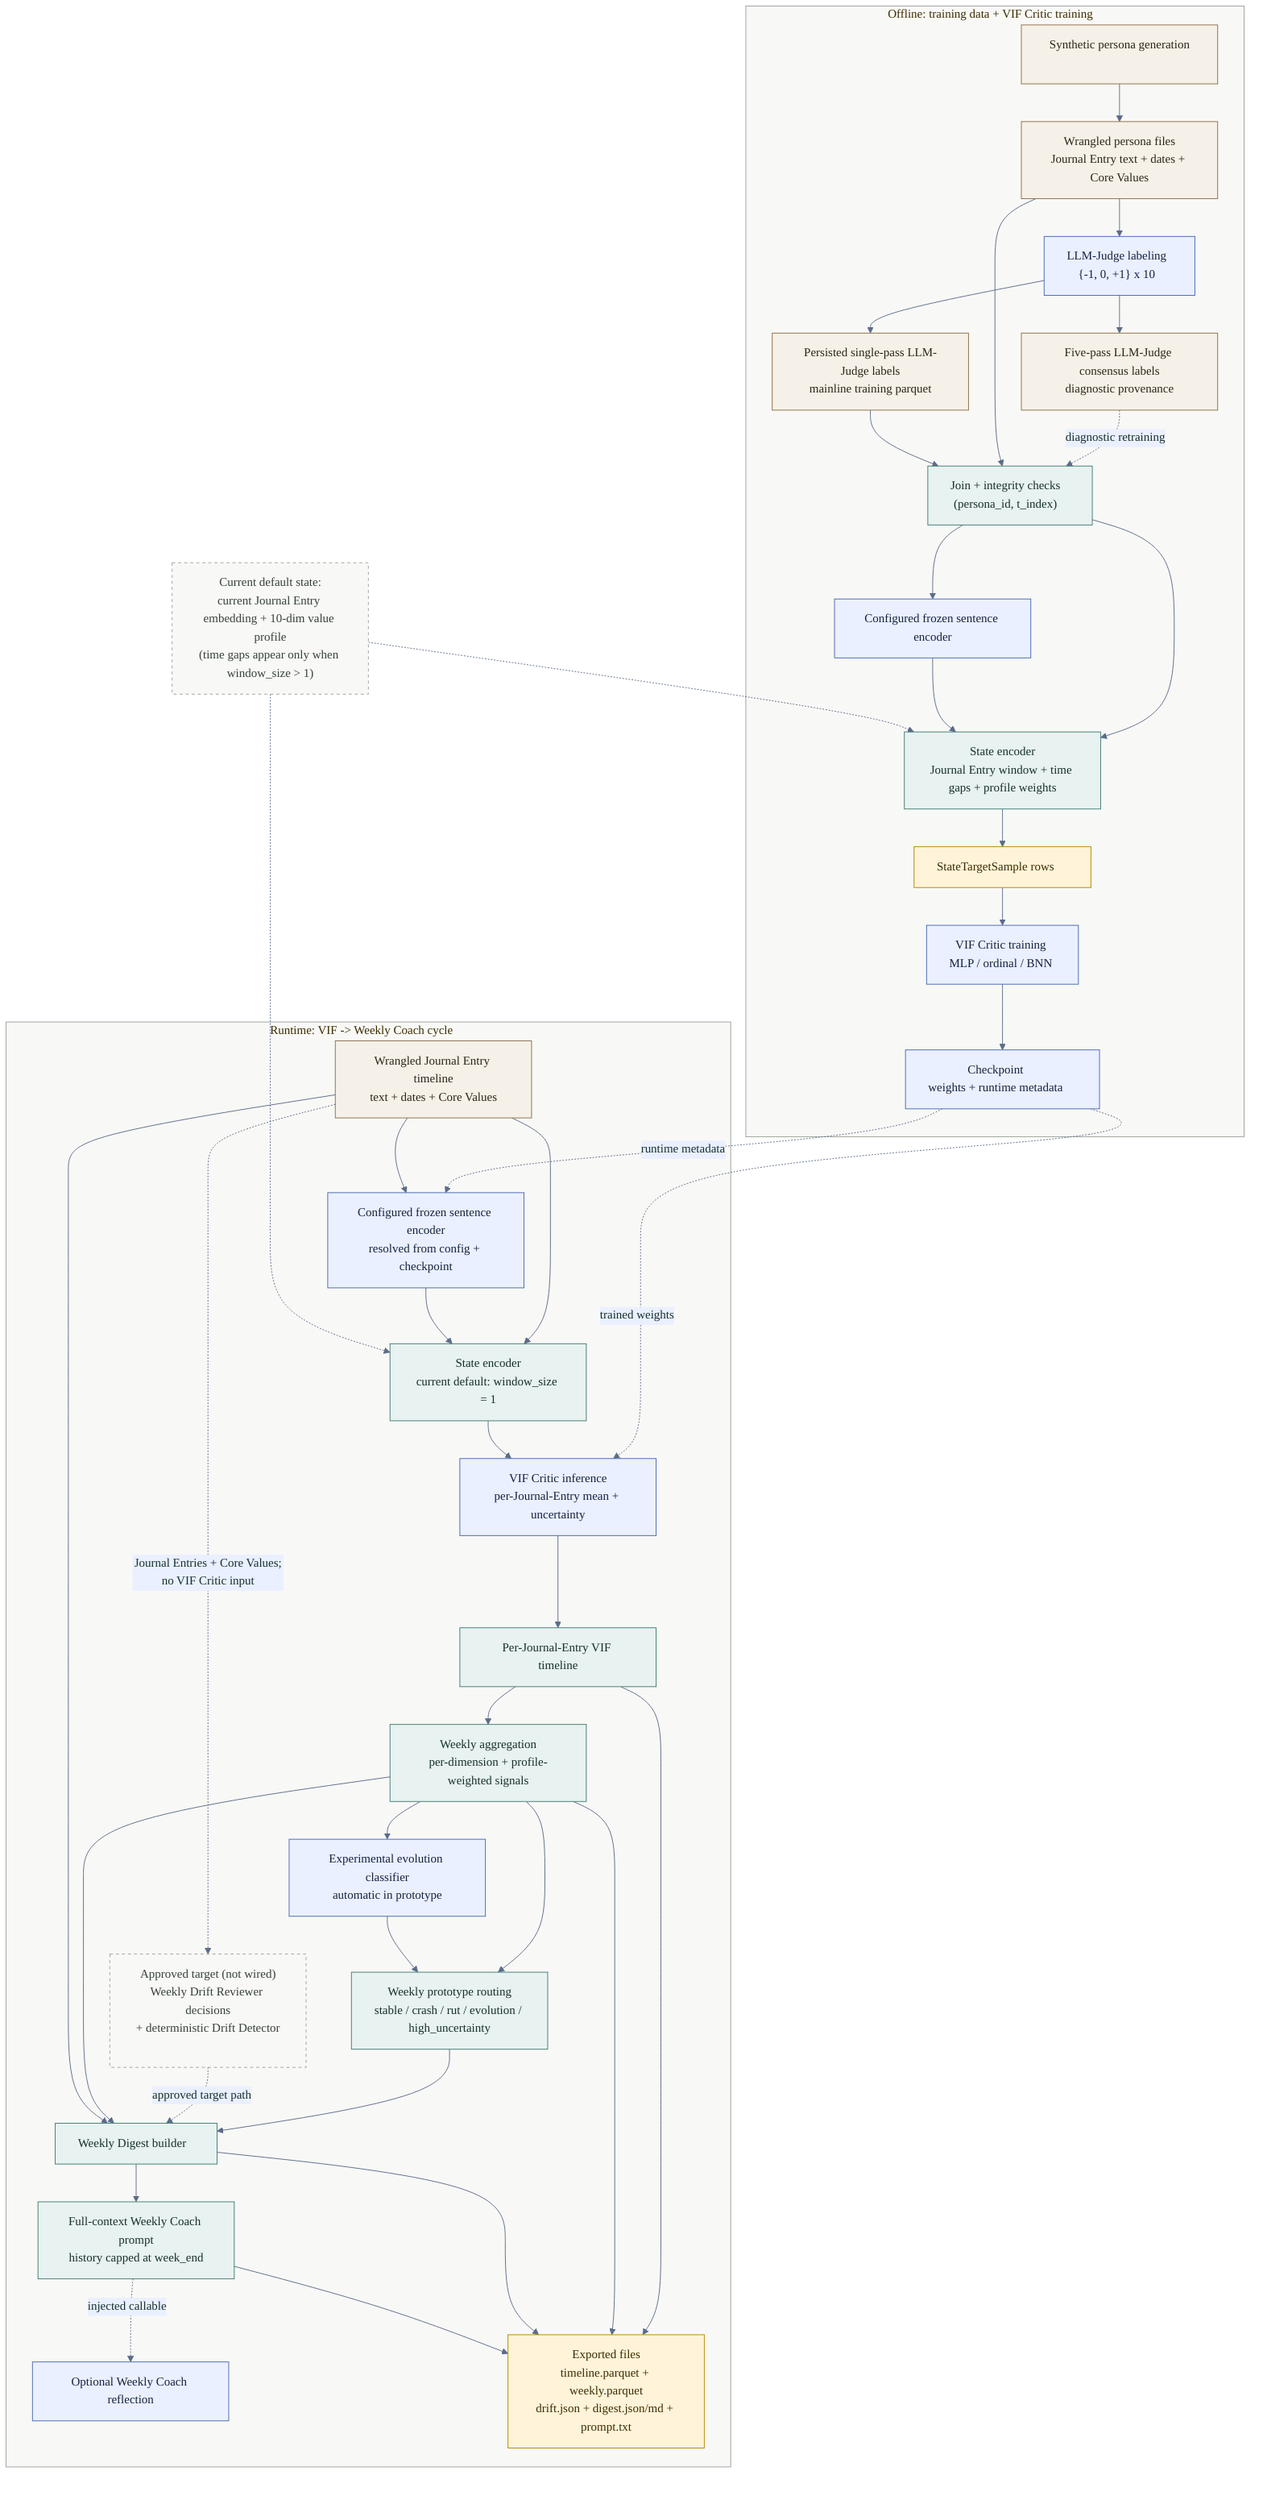
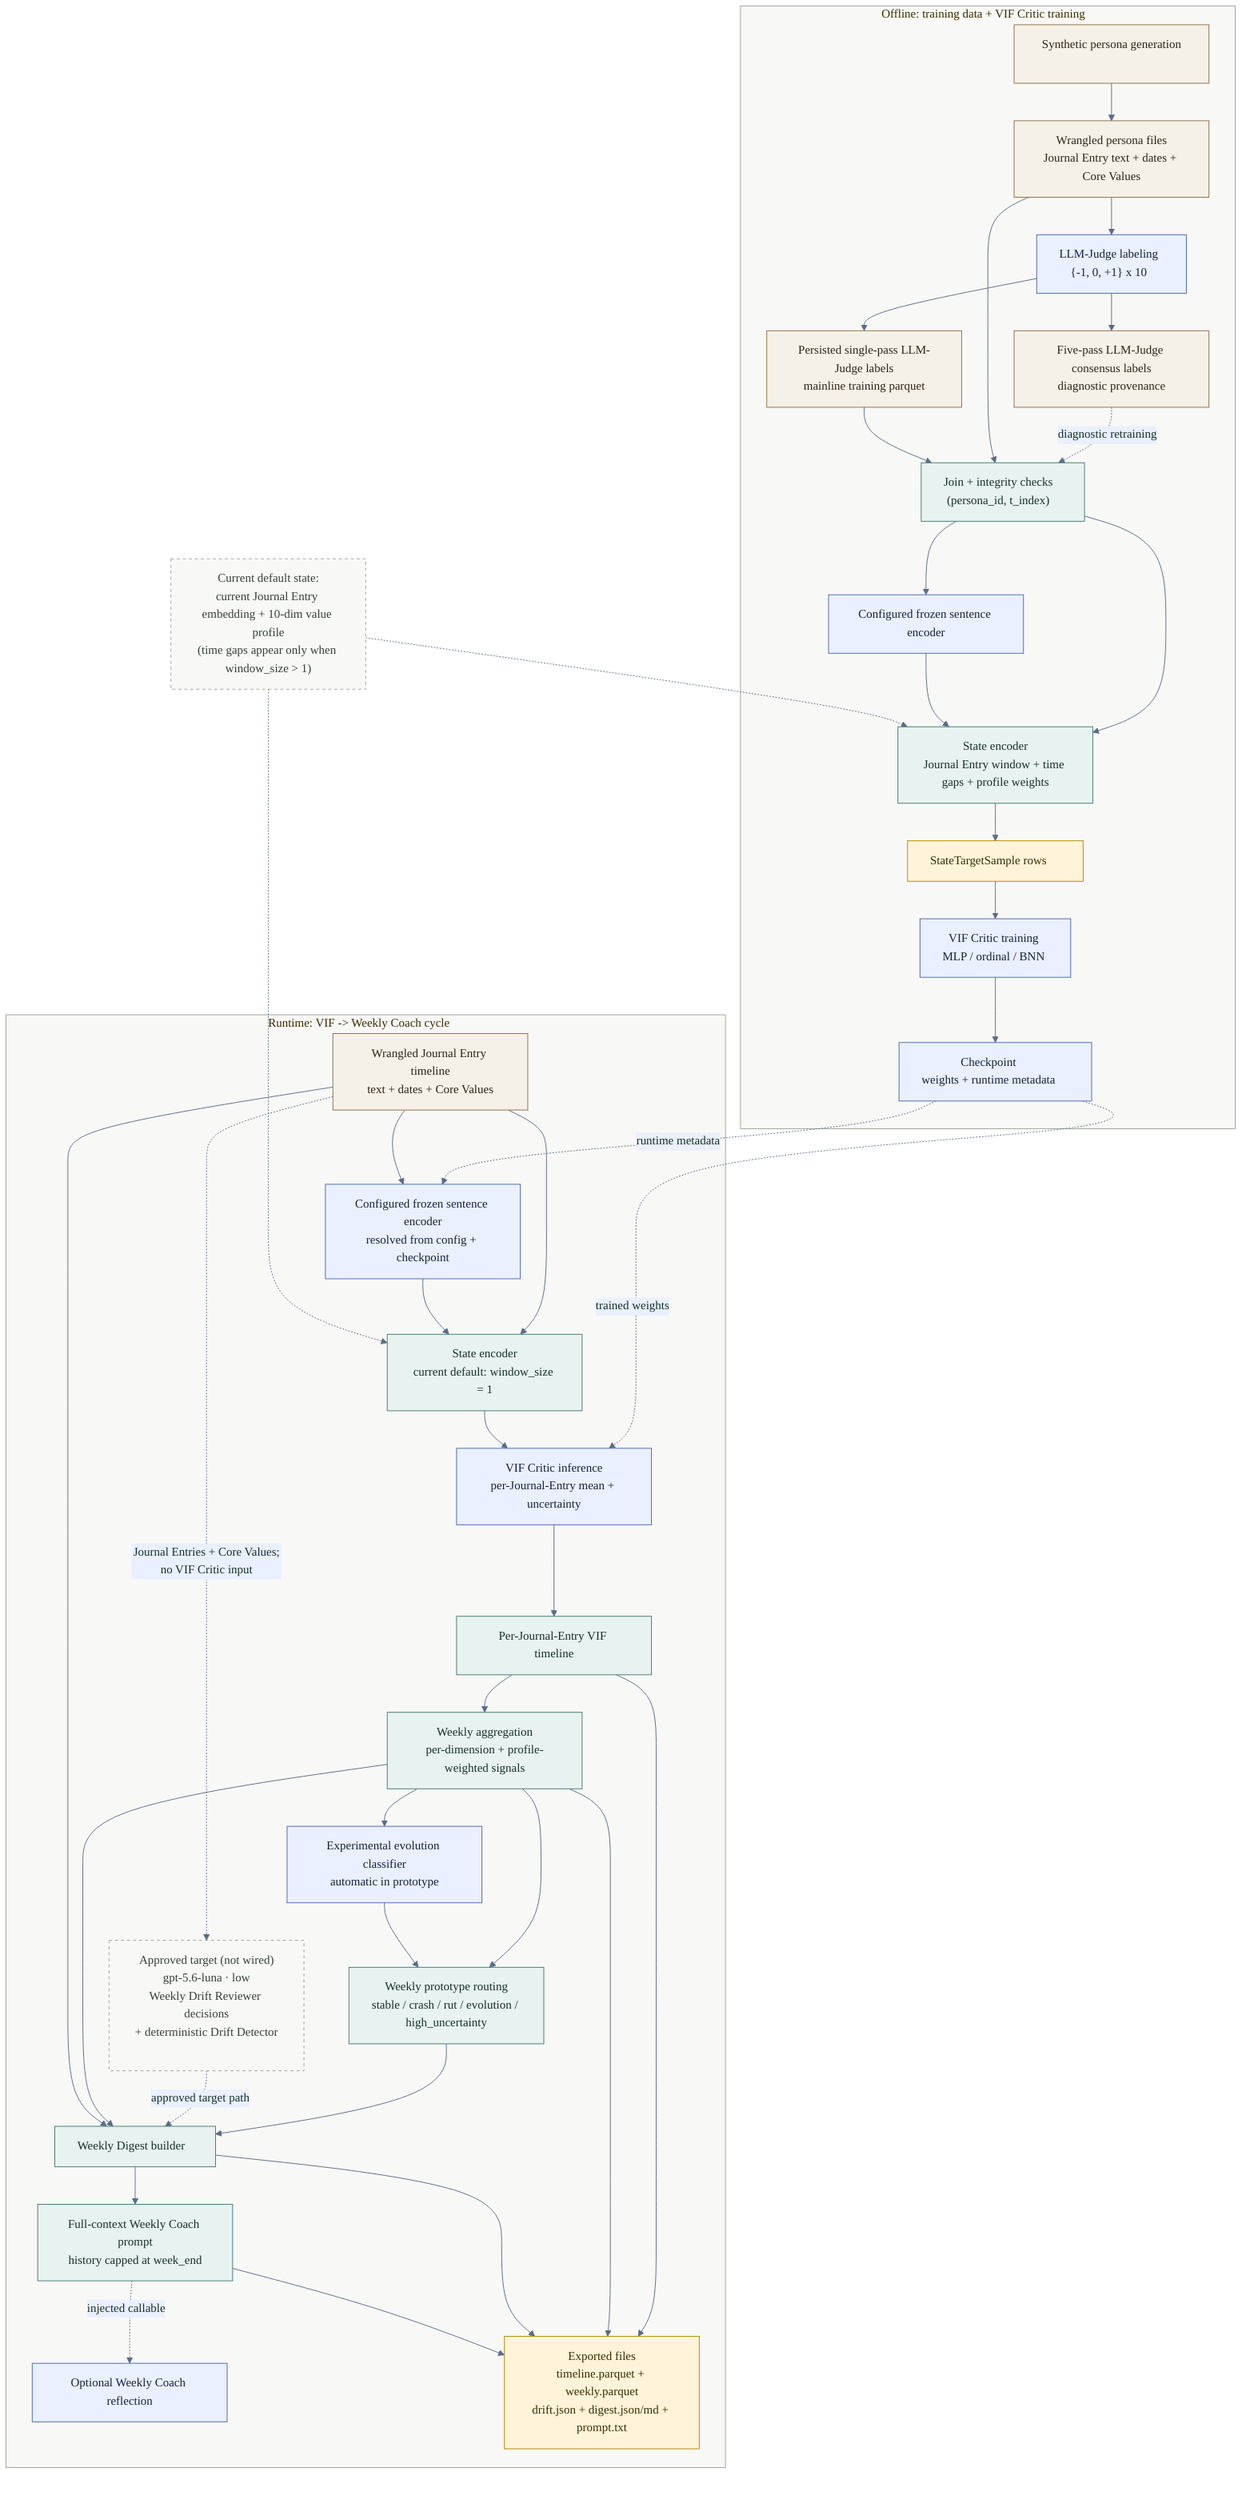
%%{init: {
  'theme': 'base',
  'themeVariables': {
    'fontFamily': 'ui-sans-serif, system-ui, sans-serif',
    'primaryColor': '#E8F2F0',
    'primaryTextColor': '#16302D',
    'primaryBorderColor': '#3F7C73',
    'lineColor': '#5B6B88',
    'secondaryColor': '#EAF0FF',
    'secondaryTextColor': '#15223E',
    'secondaryBorderColor': '#4767B3',
    'tertiaryColor': '#FFF4D9',
    'tertiaryTextColor': '#3B2C00',
    'tertiaryBorderColor': '#B38600',
    'clusterBkg': '#F8F8F6',
    'clusterBorder': '#9CA39A'
  }
}}%%
flowchart TB
    classDef data fill:#F6F1E8,stroke:#8B6F47,color:#2D2418;
    classDef process fill:#E8F2F0,stroke:#3F7C73,color:#16302D;
    classDef model fill:#EAF0FF,stroke:#4767B3,color:#15223E;
    classDef artifact fill:#FFF4D9,stroke:#B38600,color:#3B2C00;
    classDef note fill:#F8F8F6,stroke:#9CA39A,color:#36413B,stroke-dasharray: 4 4;

    subgraph offline["Offline: training data + VIF Critic training"]
        generator["Synthetic persona generation"]
        wrangled_train["Wrangled persona files<br/>Journal Entry text + dates + Core Values"]
        judge["LLM-Judge labeling<br/>{-1, 0, +1} x 10"]
        labels["Persisted single-pass LLM-Judge labels<br/>mainline training parquet"]
        consensus["Five-pass LLM-Judge consensus labels<br/>diagnostic provenance"]
        merge["Join + integrity checks<br/>(persona_id, t_index)"]
        encoder_train["Configured frozen sentence encoder"]
        state_train["State encoder<br/>Journal Entry window + time gaps + profile weights"]
        dataset["StateTargetSample rows"]
        critic_train["VIF Critic training<br/>MLP / ordinal / BNN"]
        checkpoint["Checkpoint<br/>weights + runtime metadata"]
    end

    subgraph runtime["Runtime: VIF -> Weekly Coach cycle"]
        wrangled_runtime["Wrangled Journal Entry timeline<br/>text + dates + Core Values"]
        encoder_runtime["Configured frozen sentence encoder<br/>resolved from config + checkpoint"]
        state_runtime["State encoder<br/>current default: window_size = 1"]
        critic["VIF Critic inference<br/>per-Journal-Entry mean + uncertainty"]
        timeline["Per-Journal-Entry VIF timeline"]
        weekly["Weekly aggregation<br/>per-dimension + profile-weighted signals"]
        evolution["Experimental evolution classifier<br/>automatic in prototype"]
        drift["Weekly prototype routing<br/>stable / crash / rut / evolution / high_uncertainty"]
-         drift_v1["Approved target (not wired)<br/>Weekly Drift Reviewer decisions<br/>+ deterministic Drift Detector"]
+         drift_v1["Approved target (not wired)<br/>gpt-5.6-luna · low<br/>Weekly Drift Reviewer decisions<br/>+ deterministic Drift Detector"]
        digest["Weekly Digest builder"]
        prompt["Full-context Weekly Coach prompt<br/>history capped at week_end"]
        coach["Optional Weekly Coach reflection"]
        exports["Exported files<br/>timeline.parquet + weekly.parquet<br/>drift.json + digest.json/md + prompt.txt"]
    end

    default_note["Current default state:<br/>current Journal Entry embedding + 10-dim value profile<br/>(time gaps appear only when window_size > 1)"]

    generator --> wrangled_train
    wrangled_train --> judge
    judge --> labels
    judge --> consensus
    consensus -. "diagnostic retraining" .-> merge
    wrangled_train --> merge
    labels --> merge
    merge --> encoder_train
    merge --> state_train
    encoder_train --> state_train
    state_train --> dataset
    dataset --> critic_train
    critic_train --> checkpoint

    checkpoint -. "trained weights" .-> critic
    checkpoint -. "runtime metadata" .-> encoder_runtime
    wrangled_runtime --> encoder_runtime
    wrangled_runtime --> state_runtime
    encoder_runtime --> state_runtime
    state_runtime --> critic
    critic --> timeline
    timeline --> weekly
    weekly --> drift
    weekly --> evolution --> drift
    wrangled_runtime -. "Journal Entries + Core Values;<br/>no VIF Critic input" .-> drift_v1
    drift --> digest
    drift_v1 -. "approved target path" .-> digest
    weekly --> digest
    wrangled_runtime --> digest
    digest --> prompt
    prompt -. "injected callable" .-> coach
    timeline --> exports
    weekly --> exports
    digest --> exports
    prompt --> exports

    default_note -.-> state_train
    default_note -.-> state_runtime

    class generator,wrangled_train,labels,consensus,wrangled_runtime data;
    class merge,state_train,state_runtime,weekly,drift,digest,prompt process;
    class judge,encoder_train,encoder_runtime,critic_train,checkpoint,critic,coach,evolution model;
    class dataset,exports artifact;
    class default_note,drift_v1 note;
